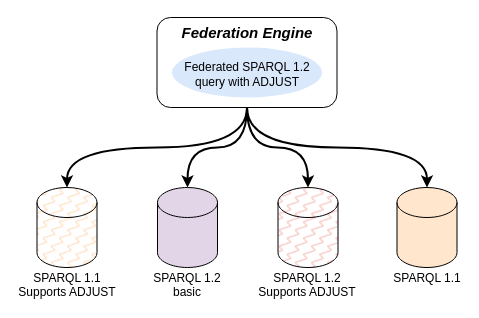
The draw.io diagram page "federation" (2 of 6) of img/traqula.drawio in jitsedesmet/2026-eswc-traqula-slides, before the edit. Source tidied: cells renumbered, new cells numbered last; positions are measured from the earlier drawing's top-left corner, leaving out a move shared by most shapes. Both pictures are drawn from the tidied source at 100%, with x=0, y=0 at pixel (16, 17).
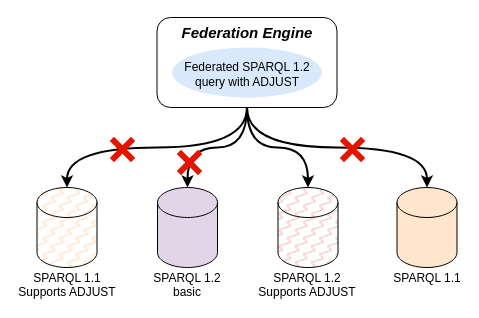
The same page after the edit.

Change to the diagram source:
```diff
@@
+    <mxCell id="19" style="shape=cross;whiteSpace=wrap;html=1;rotation=-45;fillColor=#e51400;fontColor=#ffffff;strokeColor=none;" parent="1" vertex="1">
+      <mxGeometry x="91" y="117" width="30" height="30" as="geometry" />
+    </mxCell>
+    <mxCell id="20" style="shape=cross;whiteSpace=wrap;html=1;rotation=-45;fillColor=#e51400;fontColor=#ffffff;strokeColor=none;" parent="1" vertex="1">
+      <mxGeometry x="158" y="130" width="30" height="30" as="geometry" />
+    </mxCell>
+    <mxCell id="21" style="shape=cross;whiteSpace=wrap;html=1;rotation=-45;fillColor=#e51400;fontColor=#ffffff;strokeColor=none;" parent="1" vertex="1">
+      <mxGeometry x="321" y="117" width="30" height="30" as="geometry" />
+    </mxCell>
```
